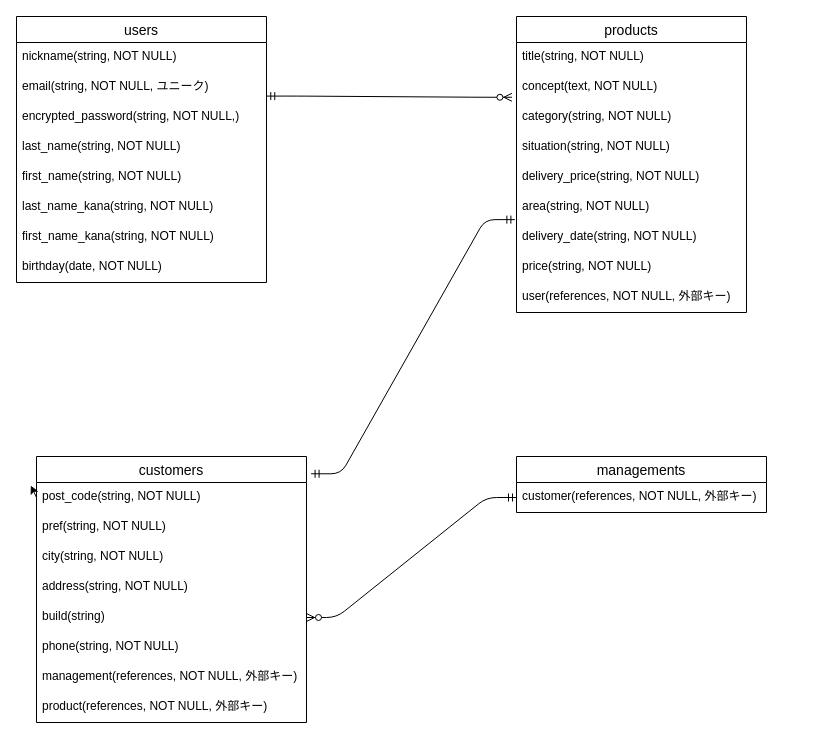
gi-hagi/furima-38644 keeps this draw.io diagram as furima.dio. Above is the earlier version. Source tidied: cells renumbered, new cells numbered last; positions are measured from the earlier drawing's top-left corner, leaving out a move shared by most shapes. Both pictures are drawn from the tidied source at 100%, with x=0, y=0 at pixel (16, 16).
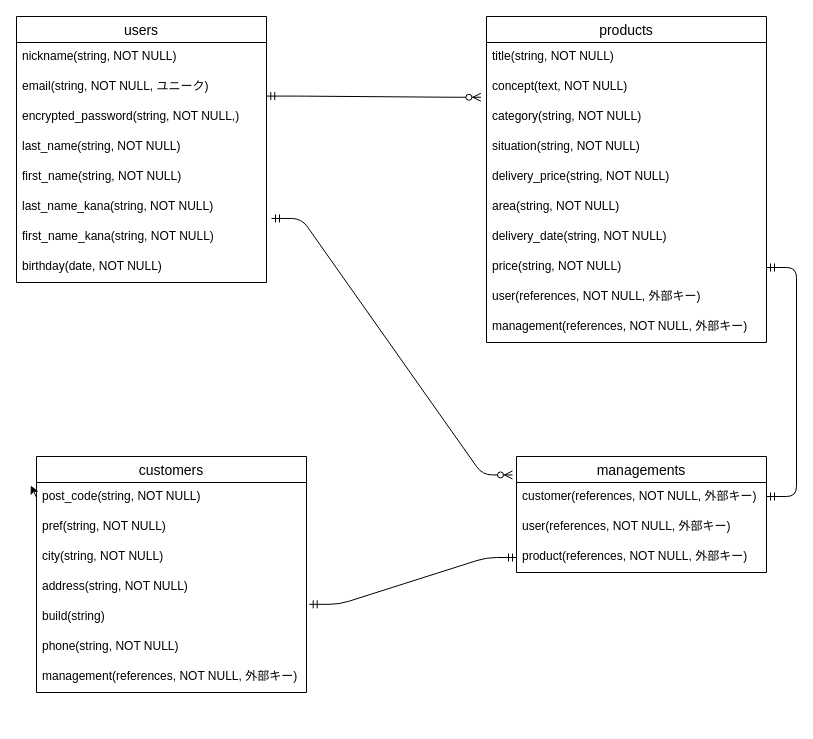
Above is the later version.

Unchanged cells that the change refers to:
```xml
<mxCell id="9" value="first_name_kana(string, NOT NULL)" style="text;strokeColor=none;fillColor=none;spacingLeft=4;spacingRight=4;overflow=hidden;points=[[0,0.5],[1,0.5]];portConstraint=eastwest;fontSize=12;" parent="2" vertex="1">
  <mxGeometry y="206" width="250" height="30" as="geometry" />
</mxCell>
<mxCell id="25" value="address(string, NOT NULL)" style="text;strokeColor=none;fillColor=none;spacingLeft=4;spacingRight=4;overflow=hidden;points=[[0,0.5],[1,0.5]];portConstraint=eastwest;fontSize=12;" parent="21" vertex="1">
  <mxGeometry y="116" width="270" height="30" as="geometry" />
</mxCell>
<mxCell id="26" value="build(string)" style="text;strokeColor=none;fillColor=none;spacingLeft=4;spacingRight=4;overflow=hidden;points=[[0,0.5],[1,0.5]];portConstraint=eastwest;fontSize=12;" parent="21" vertex="1">
  <mxGeometry y="146" width="270" height="30" as="geometry" />
</mxCell>
<mxCell id="34" value="customer(references, NOT NULL, 外部キー)" style="text;strokeColor=none;fillColor=none;spacingLeft=4;spacingRight=4;overflow=hidden;points=[[0,0.5],[1,0.5]];portConstraint=eastwest;fontSize=12;" parent="33" vertex="1">
  <mxGeometry y="26" width="250" height="30" as="geometry" />
</mxCell>
```

Diff of the diagram source:
```diff
@@
     <mxCell id="11" value="products" style="swimlane;fontStyle=0;horizontal=1;startSize=26;align=center;fontSize=14;" parent="1" vertex="1">
-      <mxGeometry x="500" width="230" height="296" as="geometry" />
+      <mxGeometry x="470" width="280" height="326" as="geometry" />
     </mxCell>
     <mxCell id="12" value="title(string, NOT NULL)" style="text;strokeColor=none;fillColor=none;spacingLeft=4;spacingRight=4;overflow=hidden;fontSize=12;" parent="11" vertex="1">
-      <mxGeometry y="26" width="230" height="30" as="geometry" />
+      <mxGeometry y="26" width="280" height="30" as="geometry" />
     </mxCell>
     <mxCell id="13" value="concept(text, NOT NULL)" style="text;strokeColor=none;fillColor=none;spacingLeft=4;spacingRight=4;overflow=hidden;fontSize=12;" parent="11" vertex="1">
-      <mxGeometry y="56" width="230" height="30" as="geometry" />
+      <mxGeometry y="56" width="280" height="30" as="geometry" />
     </mxCell>
     <mxCell id="14" value="category(string, NOT NULL)" style="text;strokeColor=none;fillColor=none;spacingLeft=4;spacingRight=4;overflow=hidden;points=[[0,0.5],[1,0.5]];portConstraint=eastwest;fontSize=12;" parent="11" vertex="1">
-      <mxGeometry y="86" width="230" height="30" as="geometry" />
+      <mxGeometry y="86" width="280" height="30" as="geometry" />
     </mxCell>
     <mxCell id="15" value="situation(string, NOT NULL)" style="text;strokeColor=none;fillColor=none;spacingLeft=4;spacingRight=4;overflow=hidden;fontSize=12;" parent="11" vertex="1">
-      <mxGeometry y="116" width="230" height="30" as="geometry" />
+      <mxGeometry y="116" width="280" height="30" as="geometry" />
     </mxCell>
     <mxCell id="16" value="delivery_price(string, NOT NULL)" style="text;strokeColor=none;fillColor=none;spacingLeft=4;spacingRight=4;overflow=hidden;fontSize=12;" parent="11" vertex="1">
-      <mxGeometry y="146" width="230" height="30" as="geometry" />
+      <mxGeometry y="146" width="280" height="30" as="geometry" />
     </mxCell>
     <mxCell id="17" value="area(string, NOT NULL)" style="text;strokeColor=none;fillColor=none;spacingLeft=4;spacingRight=4;overflow=hidden;points=[[0,0.5],[1,0.5]];portConstraint=eastwest;fontSize=12;" parent="11" vertex="1">
-      <mxGeometry y="176" width="230" height="30" as="geometry" />
+      <mxGeometry y="176" width="280" height="30" as="geometry" />
     </mxCell>
     <mxCell id="18" value="delivery_date(string, NOT NULL)" style="text;strokeColor=none;fillColor=none;spacingLeft=4;spacingRight=4;overflow=hidden;fontSize=12;" parent="11" vertex="1">
-      <mxGeometry y="206" width="230" height="30" as="geometry" />
+      <mxGeometry y="206" width="280" height="30" as="geometry" />
     </mxCell>
     <mxCell id="19" value="price(string, NOT NULL)" style="text;strokeColor=none;fillColor=none;spacingLeft=4;spacingRight=4;overflow=hidden;points=[[0,0.5],[1,0.5]];portConstraint=eastwest;fontSize=12;" parent="11" vertex="1">
-      <mxGeometry y="236" width="230" height="30" as="geometry" />
+      <mxGeometry y="236" width="280" height="30" as="geometry" />
     </mxCell>
     <mxCell id="20" value="user(references, NOT NULL, 外部キー) " style="text;strokeColor=none;fillColor=none;spacingLeft=4;spacingRight=4;overflow=hidden;fontSize=12;" parent="11" vertex="1">
-      <mxGeometry y="266" width="230" height="30" as="geometry" />
+      <mxGeometry y="266" width="280" height="30" as="geometry" />
     </mxCell>
+    <mxCell id="36" value="management(references, NOT NULL, 外部キー)" style="text;strokeColor=none;fillColor=none;spacingLeft=4;spacingRight=4;overflow=hidden;fontSize=12;" parent="11" vertex="1">
+      <mxGeometry y="296" width="280" height="30" as="geometry" />
+    </mxCell>
     <mxCell id="21" value="customers" style="swimlane;fontStyle=0;horizontal=1;startSize=26;align=center;fontSize=14;" parent="1" vertex="1">
-      <mxGeometry x="20" y="440" width="270" height="266" as="geometry" />
+      <mxGeometry x="20" y="440" width="270" height="236" as="geometry" />
     </mxCell>
@@
-    <mxCell id="29" value="product(references, NOT NULL, 外部キー)" style="text;strokeColor=none;fillColor=none;spacingLeft=4;spacingRight=4;overflow=hidden;points=[[0,0.5],[1,0.5]];portConstraint=eastwest;fontSize=12;" parent="21" vertex="1">
-      <mxGeometry y="236" width="270" height="30" as="geometry" />
-    </mxCell>
@@
-    <mxCell id="32" style="edgeStyle=entityRelationEdgeStyle;fontSize=12;html=1;endArrow=ERmandOne;startArrow=ERmandOne;exitX=1.017;exitY=0.065;exitDx=0;exitDy=0;exitPerimeter=0;entryX=-0.007;entryY=0.904;entryDx=0;entryDy=0;entryPerimeter=0;" parent="1" edge="1" source="21" target="17">
-      <mxGeometry relative="1" as="geometry" />
-    </mxCell>
     <mxCell id="33" value="managements" style="swimlane;fontStyle=0;horizontal=1;startSize=26;align=center;fontSize=14;" parent="1" vertex="1">
-      <mxGeometry x="500" y="440" width="250" height="56" as="geometry" />
+      <mxGeometry x="500" y="440" width="250" height="116" as="geometry" />
     </mxCell>
@@
-    <mxCell id="35" style="edgeStyle=entityRelationEdgeStyle;fontSize=12;html=1;endArrow=ERzeroToMany;startArrow=ERmandOne;elbow=vertical;exitX=0;exitY=0.5;exitDx=0;exitDy=0;" parent="1" edge="1" source="34" target="26">
-      <mxGeometry relative="1" as="geometry" />
-    </mxCell>
+    <mxCell id="37" value="user(references, NOT NULL, 外部キー) " style="text;strokeColor=none;fillColor=none;spacingLeft=4;spacingRight=4;overflow=hidden;fontSize=12;" parent="33" vertex="1">
+      <mxGeometry y="56" width="250" height="30" as="geometry" />
+    </mxCell>
+    <mxCell id="29" value="product(references, NOT NULL, 外部キー)" style="text;strokeColor=none;fillColor=none;spacingLeft=4;spacingRight=4;overflow=hidden;points=[[0,0.5],[1,0.5]];portConstraint=eastwest;fontSize=12;" parent="33" vertex="1">
+      <mxGeometry y="86" width="250" height="30" as="geometry" />
+    </mxCell>
+    <mxCell id="38" style="edgeStyle=entityRelationEdgeStyle;fontSize=12;html=1;endArrow=ERzeroToMany;startArrow=ERmandOne;elbow=vertical;exitX=1.02;exitY=-0.135;exitDx=0;exitDy=0;exitPerimeter=0;entryX=-0.016;entryY=0.159;entryDx=0;entryDy=0;entryPerimeter=0;" parent="1" edge="1" source="9" target="33">
+      <mxGeometry relative="1" as="geometry" />
+    </mxCell>
+    <mxCell id="39" style="edgeStyle=entityRelationEdgeStyle;fontSize=12;html=1;endArrow=ERmandOne;startArrow=ERmandOne;elbow=vertical;entryX=1;entryY=0.5;entryDx=0;entryDy=0;" parent="1" edge="1" target="19">
+      <mxGeometry relative="1" as="geometry">
+        <mxPoint x="750" y="480" as="sourcePoint" />
+      </mxGeometry>
+    </mxCell>
+    <mxCell id="40" style="edgeStyle=entityRelationEdgeStyle;fontSize=12;html=1;endArrow=ERmandOne;startArrow=ERmandOne;elbow=vertical;exitX=1.01;exitY=1.061;exitDx=0;exitDy=0;exitPerimeter=0;entryX=0;entryY=0.5;entryDx=0;entryDy=0;" parent="1" edge="1" source="25" target="29">
+      <mxGeometry relative="1" as="geometry" />
+    </mxCell>
```
